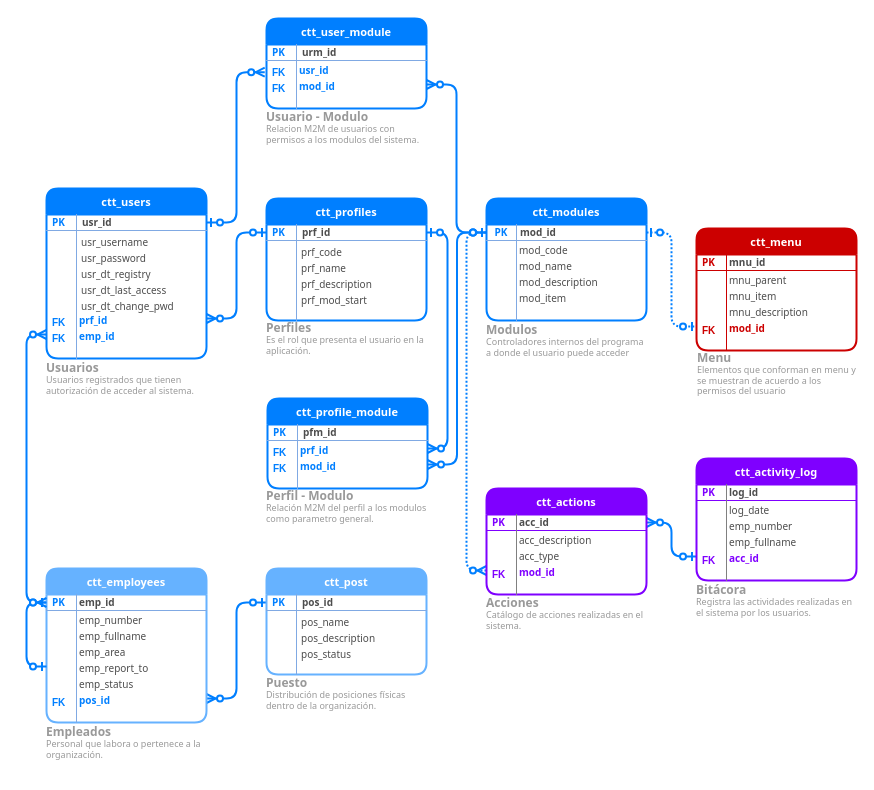
juarezjorr/TesteoCire keeps this draw.io diagram as page "Usuarios" (1 of 3) of _desarrollo/archivos_info/CTTRentals entidad relacion.drawio. Above is the earlier version. Source tidied: cells renumbered, new cells numbered last; positions are measured from the earlier drawing's top-left corner, leaving out a move shared by most shapes. Both pictures are drawn from the tidied source at 100%, with x=0, y=0 at pixel (46, 18).
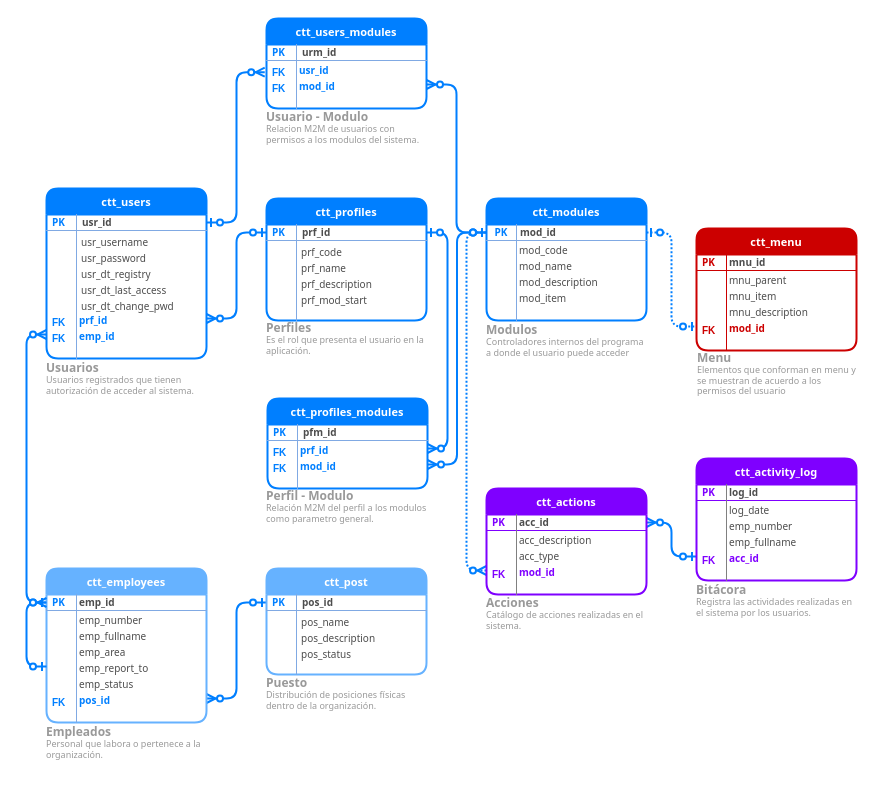
The same page after the edit.

Unchanged cells that the change refers to:
```xml
<mxCell id="33" style="group;" parent="1" vertex="1">
  <mxGeometry x="220" width="160" height="129" as="geometry" />
</mxCell>
<mxCell id="89" style="group;" parent="1" vertex="1">
  <mxGeometry x="220" y="380" width="161" height="130" as="geometry" />
</mxCell>
```

The edit, as a diff of the source:
```diff
@@
-    <mxCell id="34" value="ctt_user_module" style="swimlane;fontStyle=1;horizontal=1;startSize=26;fillColor=#007FFF;swimlaneFillColor=#ffffff;align=center;fontSize=11;strokeColor=#007FFF;strokeWidth=2;rounded=1;fontColor=#FFFFFF;fontFamily=Tahoma;" parent="33" vertex="1">
+    <mxCell id="34" value="ctt_users_modules" style="swimlane;fontStyle=1;horizontal=1;startSize=26;fillColor=#007FFF;swimlaneFillColor=#ffffff;align=center;fontSize=11;strokeColor=#007FFF;strokeWidth=2;rounded=1;fontColor=#FFFFFF;fontFamily=Tahoma;" parent="33" vertex="1">
       <mxGeometry width="160" height="90" as="geometry" />
     </mxCell>
@@
-    <mxCell id="90" value="ctt_profile_module" style="swimlane;fontStyle=1;horizontal=1;startSize=26;fillColor=#007FFF;swimlaneFillColor=#ffffff;align=center;fontSize=11;strokeColor=#007FFF;strokeWidth=2;rounded=1;fontColor=#FFFFFF;fontFamily=Tahoma;" parent="89" vertex="1">
+    <mxCell id="90" value="ctt_profiles_modules" style="swimlane;fontStyle=1;horizontal=1;startSize=26;fillColor=#007FFF;swimlaneFillColor=#ffffff;align=center;fontSize=11;strokeColor=#007FFF;strokeWidth=2;rounded=1;fontColor=#FFFFFF;fontFamily=Tahoma;" parent="89" vertex="1">
       <mxGeometry x="1" width="160" height="90" as="geometry" />
     </mxCell>
```
